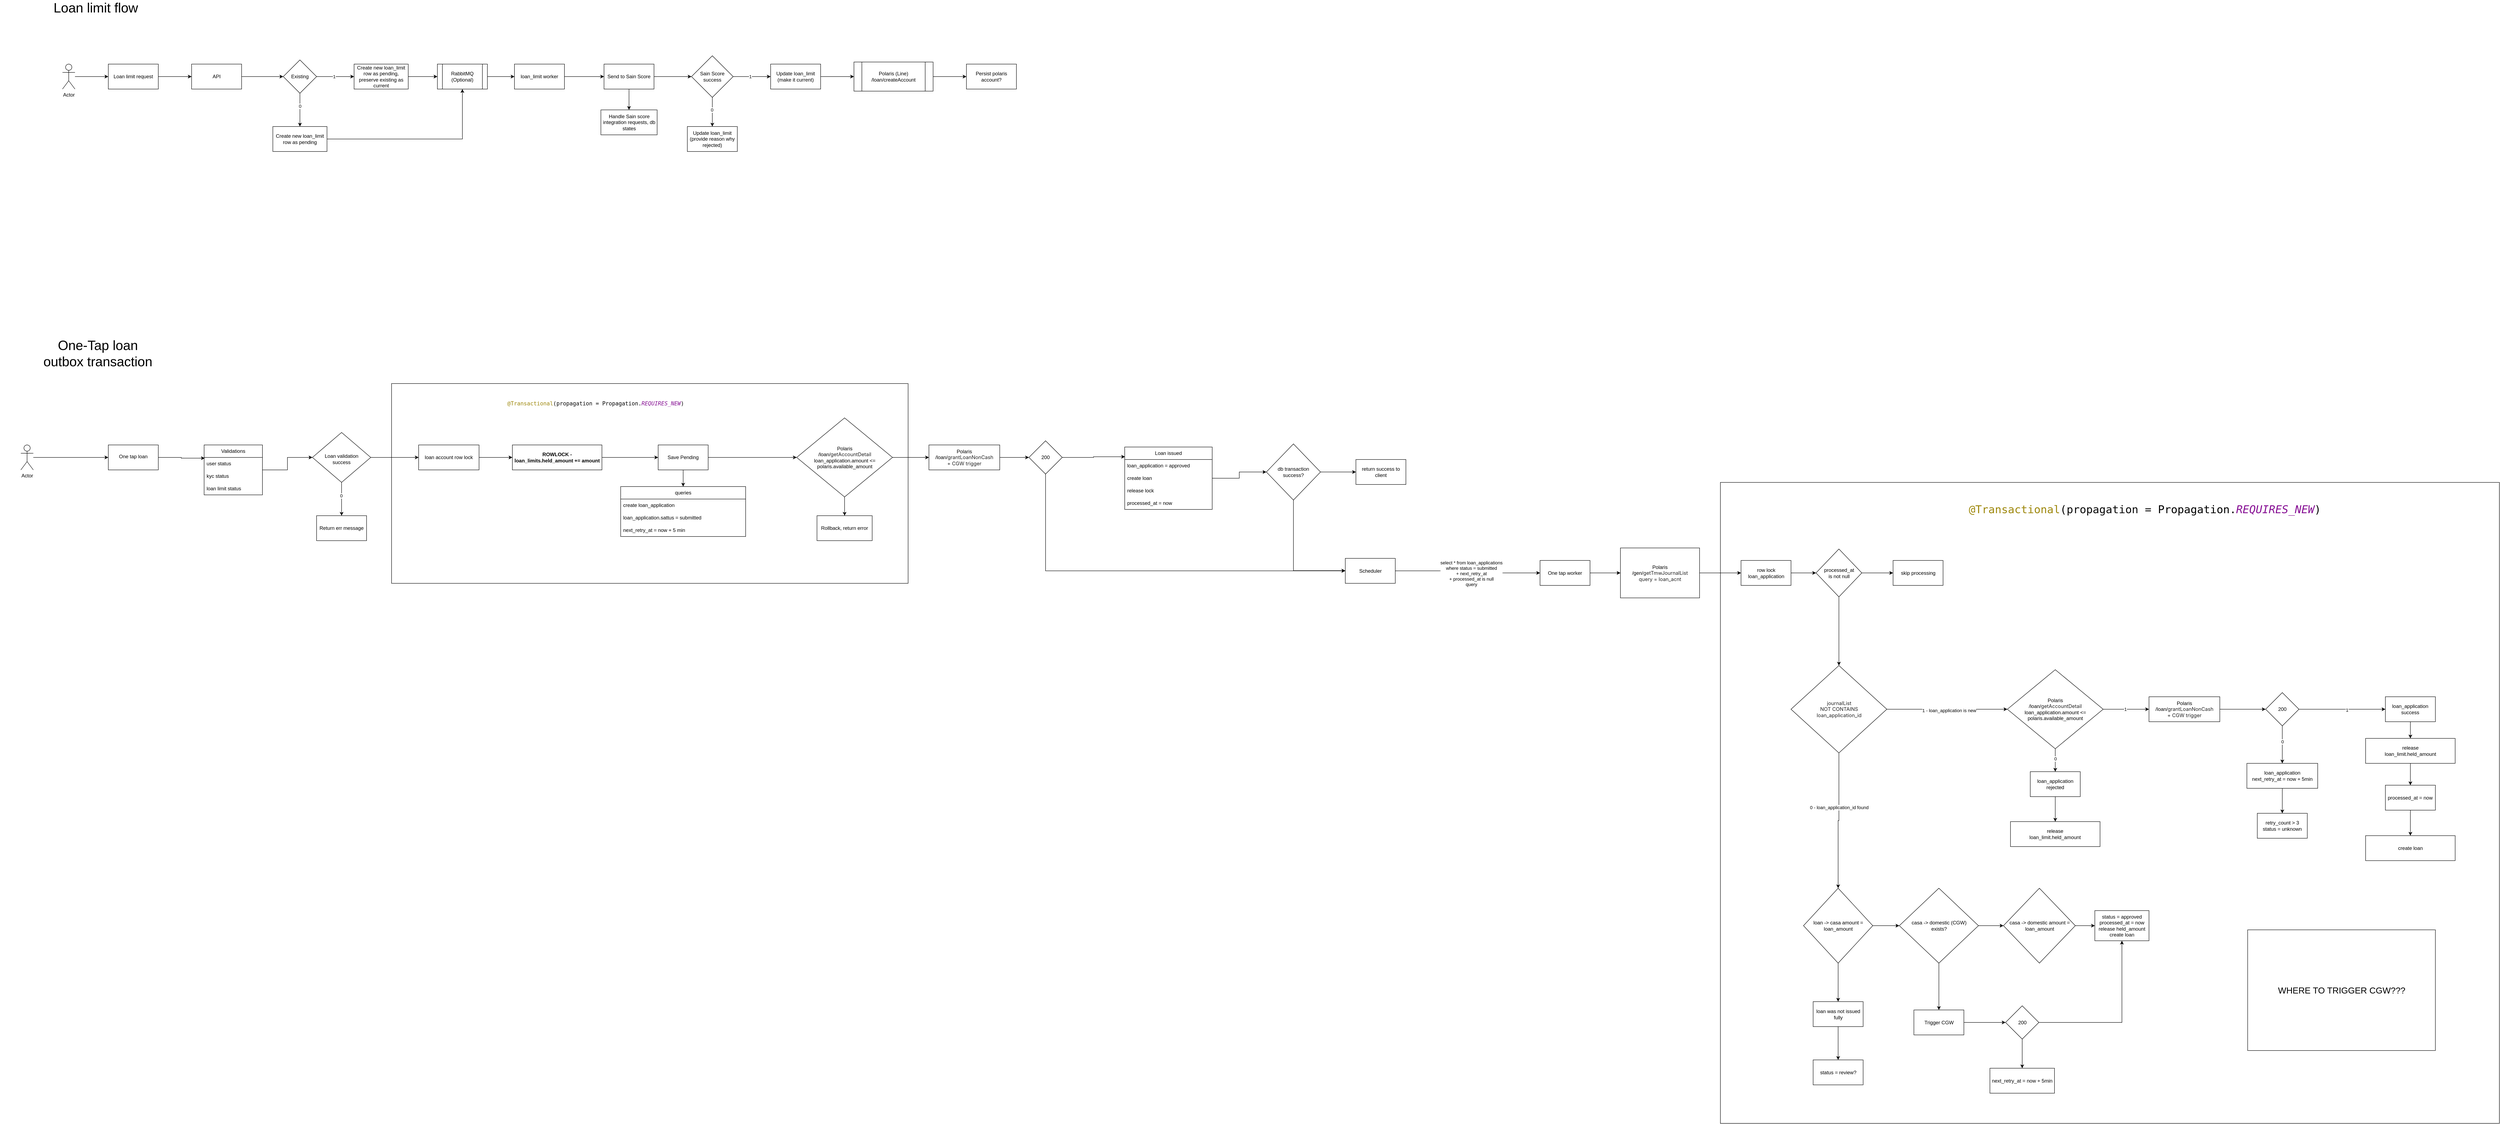
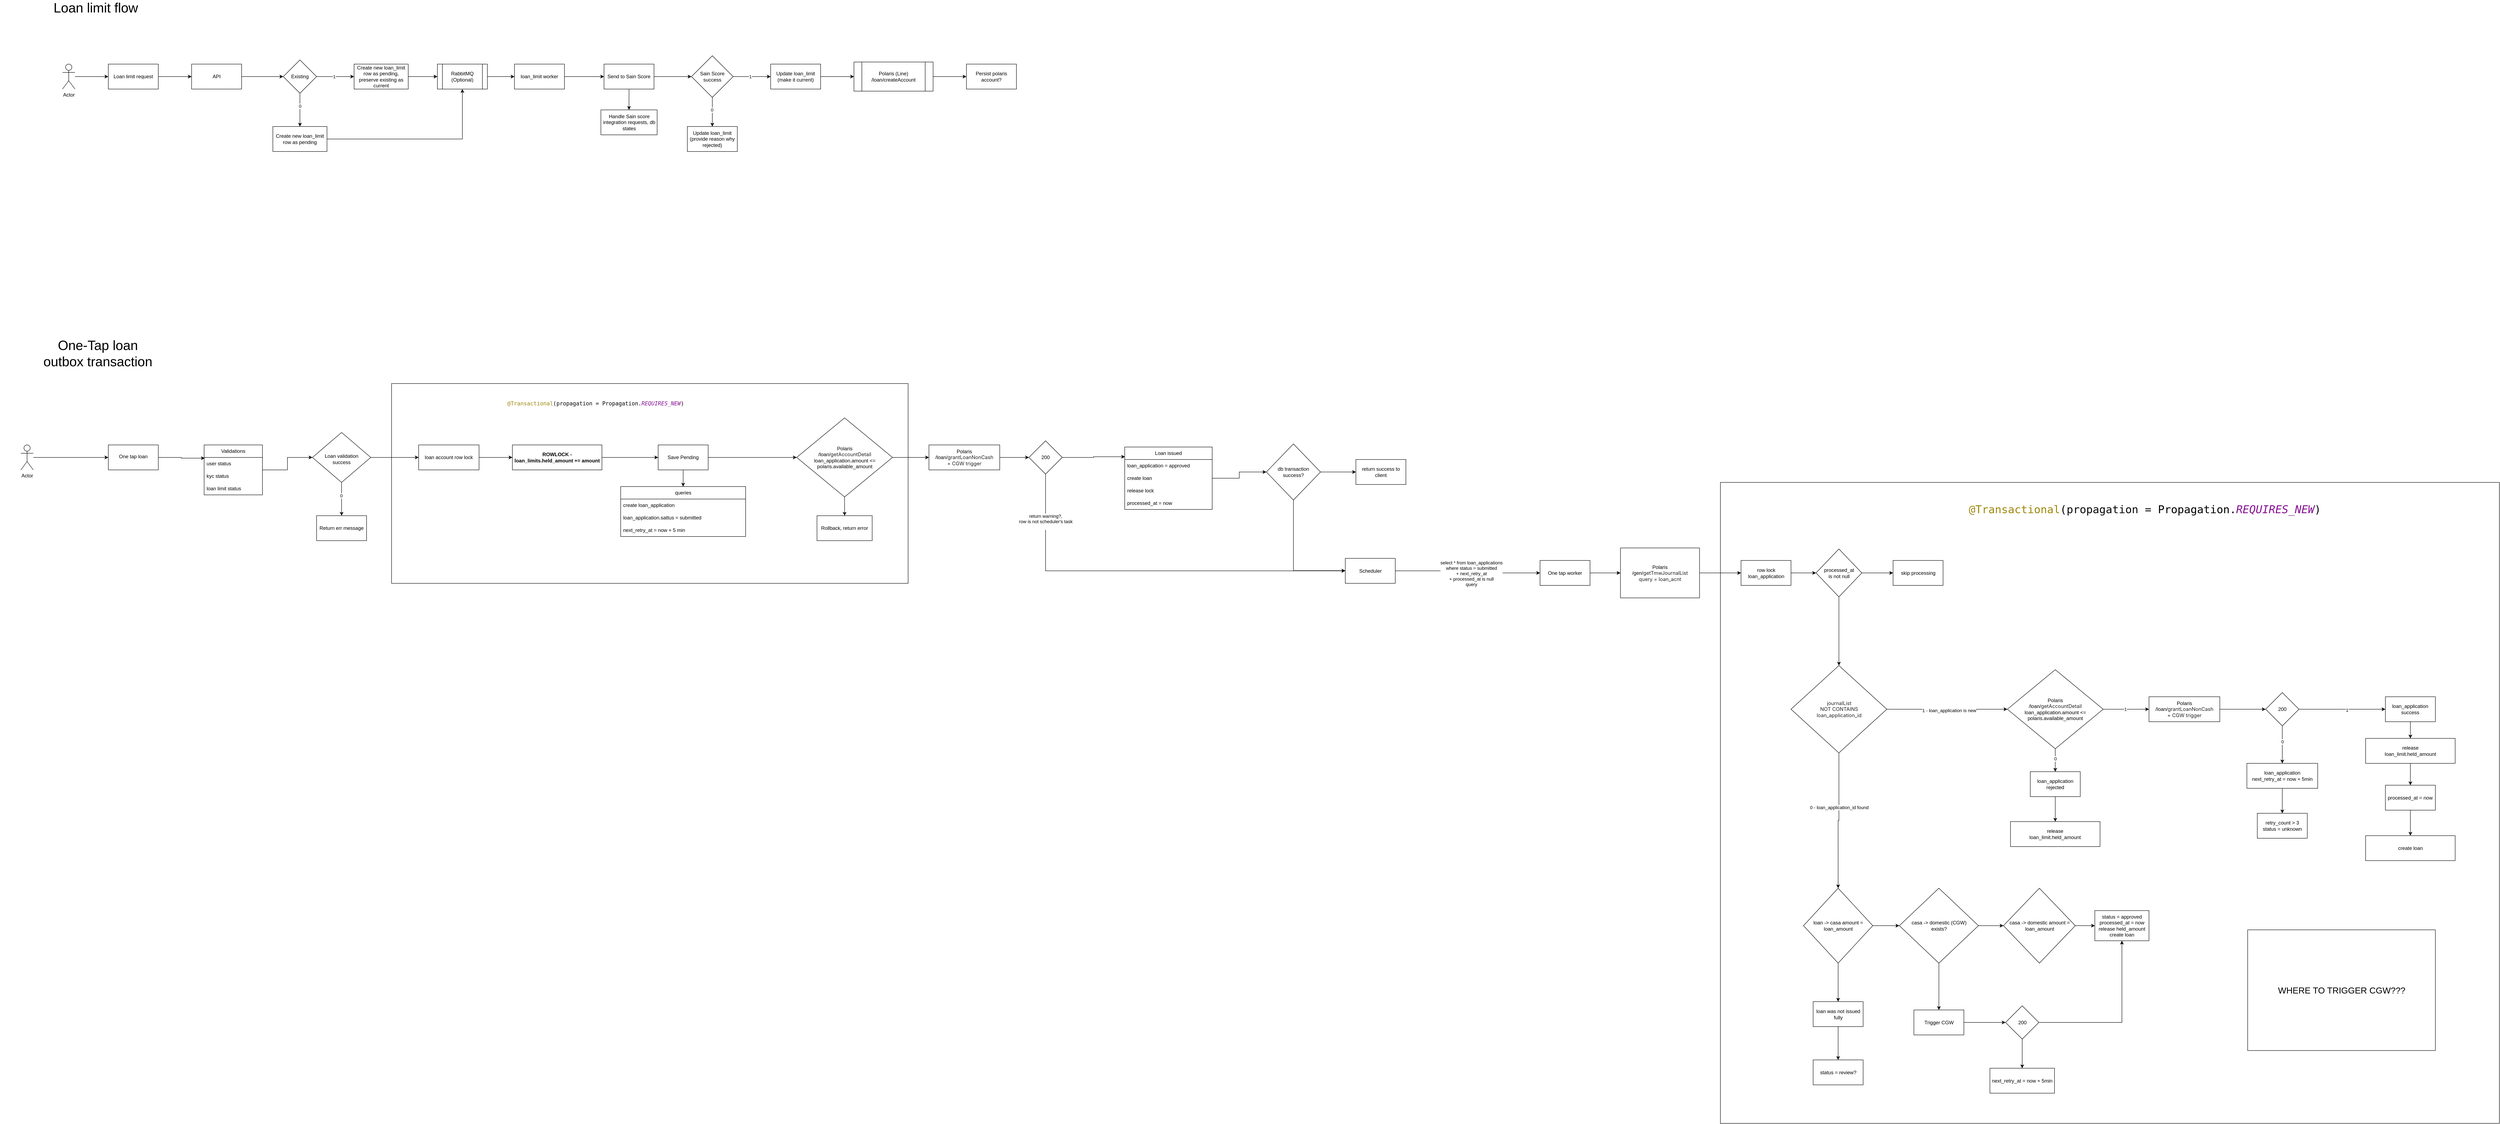
<mxfile host="app.diagrams.net">
  <diagram name="Page-1" id="VCBSuIh8bz7kurrQ0Zaz">
    <mxGraphModel dx="2425" dy="921" grid="1" gridSize="10" guides="1" tooltips="1" connect="1" arrows="1" fold="1" page="1" pageScale="1" pageWidth="850" pageHeight="1100" math="0" shadow="0">
      <root>
        <mxCell id="0" />
        <mxCell id="1" parent="0" />
        <mxCell id="In8fDh9ZLN2M87an2Miy-188" parent="1" style="rounded=0;whiteSpace=wrap;html=1;" value="" vertex="1">
          <mxGeometry height="1540" width="1870" x="4020" y="1215" as="geometry" />
        </mxCell>
        <mxCell id="In8fDh9ZLN2M87an2Miy-172" parent="1" style="rounded=0;whiteSpace=wrap;html=1;" value="" vertex="1">
          <mxGeometry height="480" width="1240" x="830" y="977.5" as="geometry" />
        </mxCell>
        <mxCell id="KqixbsF9o6dLofBvsG9t-5" edge="1" parent="1" source="KqixbsF9o6dLofBvsG9t-1" style="edgeStyle=orthogonalEdgeStyle;rounded=0;orthogonalLoop=1;jettySize=auto;html=1;" target="KqixbsF9o6dLofBvsG9t-4" value="">
          <mxGeometry relative="1" as="geometry" />
        </mxCell>
        <mxCell id="KqixbsF9o6dLofBvsG9t-1" parent="1" style="rounded=0;whiteSpace=wrap;html=1;" value="Loan limit request" vertex="1">
          <mxGeometry height="60" width="120" x="150" y="210" as="geometry" />
        </mxCell>
        <mxCell id="KqixbsF9o6dLofBvsG9t-3" edge="1" parent="1" source="KqixbsF9o6dLofBvsG9t-2" style="edgeStyle=orthogonalEdgeStyle;rounded=0;orthogonalLoop=1;jettySize=auto;html=1;" target="KqixbsF9o6dLofBvsG9t-1" value="">
          <mxGeometry relative="1" as="geometry" />
        </mxCell>
        <mxCell id="KqixbsF9o6dLofBvsG9t-2" parent="1" style="shape=umlActor;verticalLabelPosition=bottom;verticalAlign=top;html=1;outlineConnect=0;" value="Actor" vertex="1">
          <mxGeometry height="60" width="30" x="40" y="210" as="geometry" />
        </mxCell>
        <mxCell id="KqixbsF9o6dLofBvsG9t-9" edge="1" parent="1" source="KqixbsF9o6dLofBvsG9t-4" style="edgeStyle=orthogonalEdgeStyle;rounded=0;orthogonalLoop=1;jettySize=auto;html=1;" target="KqixbsF9o6dLofBvsG9t-8" value="">
          <mxGeometry relative="1" as="geometry" />
        </mxCell>
        <mxCell id="KqixbsF9o6dLofBvsG9t-4" parent="1" style="rounded=0;whiteSpace=wrap;html=1;" value="API" vertex="1">
          <mxGeometry height="60" width="120" x="350" y="210" as="geometry" />
        </mxCell>
        <mxCell id="KqixbsF9o6dLofBvsG9t-11" edge="1" parent="1" source="KqixbsF9o6dLofBvsG9t-8" style="edgeStyle=orthogonalEdgeStyle;rounded=0;orthogonalLoop=1;jettySize=auto;html=1;" target="KqixbsF9o6dLofBvsG9t-10" value="">
          <mxGeometry relative="1" as="geometry" />
        </mxCell>
        <mxCell id="KqixbsF9o6dLofBvsG9t-12" connectable="0" parent="KqixbsF9o6dLofBvsG9t-11" style="edgeLabel;html=1;align=center;verticalAlign=middle;resizable=0;points=[];" value="1" vertex="1">
          <mxGeometry relative="1" x="-0.079" as="geometry">
            <mxPoint as="offset" />
          </mxGeometry>
        </mxCell>
        <mxCell id="KqixbsF9o6dLofBvsG9t-14" edge="1" parent="1" source="KqixbsF9o6dLofBvsG9t-8" style="edgeStyle=orthogonalEdgeStyle;rounded=0;orthogonalLoop=1;jettySize=auto;html=1;" target="KqixbsF9o6dLofBvsG9t-13" value="">
          <mxGeometry relative="1" as="geometry" />
        </mxCell>
        <mxCell id="KqixbsF9o6dLofBvsG9t-15" connectable="0" parent="KqixbsF9o6dLofBvsG9t-14" style="edgeLabel;html=1;align=center;verticalAlign=middle;resizable=0;points=[];" value="0" vertex="1">
          <mxGeometry relative="1" x="-0.2407" as="geometry">
            <mxPoint as="offset" />
          </mxGeometry>
        </mxCell>
        <mxCell id="KqixbsF9o6dLofBvsG9t-8" parent="1" style="rhombus;whiteSpace=wrap;html=1;rounded=0;" value="Existing" vertex="1">
          <mxGeometry height="80" width="80" x="570" y="200" as="geometry" />
        </mxCell>
        <mxCell id="KqixbsF9o6dLofBvsG9t-23" edge="1" parent="1" source="KqixbsF9o6dLofBvsG9t-10" style="edgeStyle=orthogonalEdgeStyle;rounded=0;orthogonalLoop=1;jettySize=auto;html=1;" target="KqixbsF9o6dLofBvsG9t-22" value="">
          <mxGeometry relative="1" as="geometry" />
        </mxCell>
        <mxCell id="KqixbsF9o6dLofBvsG9t-10" parent="1" style="whiteSpace=wrap;html=1;rounded=0;" value="Create new loan_limit row as pending, preserve existing as current" vertex="1">
          <mxGeometry height="60" width="130" x="740" y="210" as="geometry" />
        </mxCell>
        <mxCell id="KqixbsF9o6dLofBvsG9t-26" edge="1" parent="1" source="KqixbsF9o6dLofBvsG9t-13" style="edgeStyle=orthogonalEdgeStyle;rounded=0;orthogonalLoop=1;jettySize=auto;html=1;entryX=0.5;entryY=1;entryDx=0;entryDy=0;" target="KqixbsF9o6dLofBvsG9t-22">
          <mxGeometry relative="1" as="geometry" />
        </mxCell>
        <mxCell id="KqixbsF9o6dLofBvsG9t-13" parent="1" style="whiteSpace=wrap;html=1;rounded=0;" value="Create new loan_limit row as pending" vertex="1">
          <mxGeometry height="60" width="130" x="545" y="360" as="geometry" />
        </mxCell>
        <mxCell id="KqixbsF9o6dLofBvsG9t-25" edge="1" parent="1" source="KqixbsF9o6dLofBvsG9t-22" style="edgeStyle=orthogonalEdgeStyle;rounded=0;orthogonalLoop=1;jettySize=auto;html=1;" target="KqixbsF9o6dLofBvsG9t-24" value="">
          <mxGeometry relative="1" as="geometry" />
        </mxCell>
        <mxCell id="KqixbsF9o6dLofBvsG9t-22" parent="1" style="shape=process;whiteSpace=wrap;html=1;backgroundOutline=1;rounded=0;" value="RabbitMQ (Optional)" vertex="1">
          <mxGeometry height="60" width="120" x="940" y="210" as="geometry" />
        </mxCell>
        <mxCell id="KqixbsF9o6dLofBvsG9t-28" edge="1" parent="1" source="KqixbsF9o6dLofBvsG9t-24" style="edgeStyle=orthogonalEdgeStyle;rounded=0;orthogonalLoop=1;jettySize=auto;html=1;" target="KqixbsF9o6dLofBvsG9t-27" value="">
          <mxGeometry relative="1" as="geometry" />
        </mxCell>
        <mxCell id="KqixbsF9o6dLofBvsG9t-24" parent="1" style="whiteSpace=wrap;html=1;rounded=0;" value="loan_limit worker" vertex="1">
          <mxGeometry height="60" width="120" x="1125" y="210" as="geometry" />
        </mxCell>
        <mxCell id="KqixbsF9o6dLofBvsG9t-30" edge="1" parent="1" source="KqixbsF9o6dLofBvsG9t-27" style="edgeStyle=orthogonalEdgeStyle;rounded=0;orthogonalLoop=1;jettySize=auto;html=1;" target="KqixbsF9o6dLofBvsG9t-29" value="">
          <mxGeometry relative="1" as="geometry" />
        </mxCell>
        <mxCell id="KqixbsF9o6dLofBvsG9t-38" edge="1" parent="1" source="KqixbsF9o6dLofBvsG9t-27" style="edgeStyle=orthogonalEdgeStyle;rounded=0;orthogonalLoop=1;jettySize=auto;html=1;" target="KqixbsF9o6dLofBvsG9t-37" value="">
          <mxGeometry relative="1" as="geometry" />
        </mxCell>
        <mxCell id="KqixbsF9o6dLofBvsG9t-27" parent="1" style="whiteSpace=wrap;html=1;rounded=0;" value="Send to Sain Score" vertex="1">
          <mxGeometry height="60" width="120" x="1340" y="210" as="geometry" />
        </mxCell>
        <mxCell id="KqixbsF9o6dLofBvsG9t-32" edge="1" parent="1" source="KqixbsF9o6dLofBvsG9t-29" style="edgeStyle=orthogonalEdgeStyle;rounded=0;orthogonalLoop=1;jettySize=auto;html=1;" target="KqixbsF9o6dLofBvsG9t-31" value="">
          <mxGeometry relative="1" as="geometry" />
        </mxCell>
        <mxCell id="KqixbsF9o6dLofBvsG9t-33" connectable="0" parent="KqixbsF9o6dLofBvsG9t-32" style="edgeLabel;html=1;align=center;verticalAlign=middle;resizable=0;points=[];" value="1" vertex="1">
          <mxGeometry relative="1" x="-0.1048" as="geometry">
            <mxPoint as="offset" />
          </mxGeometry>
        </mxCell>
        <mxCell id="KqixbsF9o6dLofBvsG9t-35" edge="1" parent="1" source="KqixbsF9o6dLofBvsG9t-29" style="edgeStyle=orthogonalEdgeStyle;rounded=0;orthogonalLoop=1;jettySize=auto;html=1;" target="KqixbsF9o6dLofBvsG9t-34" value="">
          <mxGeometry relative="1" as="geometry" />
        </mxCell>
        <mxCell id="KqixbsF9o6dLofBvsG9t-36" connectable="0" parent="KqixbsF9o6dLofBvsG9t-35" style="edgeLabel;html=1;align=center;verticalAlign=middle;resizable=0;points=[];" value="0" vertex="1">
          <mxGeometry relative="1" x="-0.1429" y="-1" as="geometry">
            <mxPoint as="offset" />
          </mxGeometry>
        </mxCell>
        <mxCell id="KqixbsF9o6dLofBvsG9t-29" parent="1" style="rhombus;whiteSpace=wrap;html=1;rounded=0;" value="Sain Score success" vertex="1">
          <mxGeometry height="100" width="100" x="1550" y="190" as="geometry" />
        </mxCell>
        <mxCell id="KqixbsF9o6dLofBvsG9t-66" edge="1" parent="1" source="KqixbsF9o6dLofBvsG9t-31" style="edgeStyle=orthogonalEdgeStyle;rounded=0;orthogonalLoop=1;jettySize=auto;html=1;" target="KqixbsF9o6dLofBvsG9t-65" value="">
          <mxGeometry relative="1" as="geometry" />
        </mxCell>
        <mxCell id="KqixbsF9o6dLofBvsG9t-31" parent="1" style="whiteSpace=wrap;html=1;rounded=0;" value="Update loan_limit (make it current)" vertex="1">
          <mxGeometry height="60" width="120" x="1740" y="210" as="geometry" />
        </mxCell>
        <mxCell id="KqixbsF9o6dLofBvsG9t-34" parent="1" style="whiteSpace=wrap;html=1;rounded=0;" value="Update loan_limit&lt;br&gt;(provide reason why rejected)" vertex="1">
          <mxGeometry height="60" width="120" x="1540" y="360" as="geometry" />
        </mxCell>
        <mxCell id="KqixbsF9o6dLofBvsG9t-37" parent="1" style="whiteSpace=wrap;html=1;rounded=0;" value="Handle Sain score integration requests, db states" vertex="1">
          <mxGeometry height="60" width="135" x="1332.5" y="320" as="geometry" />
        </mxCell>
        <mxCell id="KqixbsF9o6dLofBvsG9t-40" parent="1" style="text;html=1;whiteSpace=wrap;strokeColor=none;fillColor=none;align=center;verticalAlign=middle;rounded=0;fontSize=32;" value="Loan limit flow" vertex="1">
          <mxGeometry height="30" width="260" x="-10" y="60" as="geometry" />
        </mxCell>
        <mxCell id="KqixbsF9o6dLofBvsG9t-74" edge="1" parent="1" source="KqixbsF9o6dLofBvsG9t-65" style="edgeStyle=orthogonalEdgeStyle;rounded=0;orthogonalLoop=1;jettySize=auto;html=1;" target="KqixbsF9o6dLofBvsG9t-73" value="">
          <mxGeometry relative="1" as="geometry" />
        </mxCell>
        <mxCell id="KqixbsF9o6dLofBvsG9t-65" parent="1" style="shape=process;whiteSpace=wrap;html=1;backgroundOutline=1;rounded=0;" value="Polaris (Line)&lt;br&gt;/loan/createAccount" vertex="1">
          <mxGeometry height="70" width="190" x="1940" y="205" as="geometry" />
        </mxCell>
        <mxCell id="KqixbsF9o6dLofBvsG9t-73" parent="1" style="whiteSpace=wrap;html=1;rounded=0;" value="Persist polaris account?" vertex="1">
          <mxGeometry height="60" width="120" x="2210" y="210" as="geometry" />
        </mxCell>
        <mxCell id="U8Ajh8Gpa-m2DNKNFQys-1" parent="1" style="text;html=1;whiteSpace=wrap;strokeColor=none;fillColor=none;align=center;verticalAlign=middle;rounded=0;fontSize=32;" value="One-Tap loan&lt;br&gt;outbox transaction" vertex="1">
          <mxGeometry height="30" width="470" x="-110" y="890" as="geometry" />
        </mxCell>
        <mxCell id="In8fDh9ZLN2M87an2Miy-1" edge="1" parent="1" source="In8fDh9ZLN2M87an2Miy-2" style="edgeStyle=orthogonalEdgeStyle;rounded=0;orthogonalLoop=1;jettySize=auto;html=1;" target="In8fDh9ZLN2M87an2Miy-4" value="">
          <mxGeometry relative="1" as="geometry" />
        </mxCell>
        <mxCell id="In8fDh9ZLN2M87an2Miy-2" parent="1" style="shape=umlActor;verticalLabelPosition=bottom;verticalAlign=top;html=1;outlineConnect=0;" value="Actor" vertex="1">
          <mxGeometry height="60" width="30" x="-60" y="1125" as="geometry" />
        </mxCell>
        <mxCell id="In8fDh9ZLN2M87an2Miy-3" edge="1" parent="1" source="In8fDh9ZLN2M87an2Miy-4" style="edgeStyle=orthogonalEdgeStyle;rounded=0;orthogonalLoop=1;jettySize=auto;html=1;entryX=0.011;entryY=0.06;entryDx=0;entryDy=0;entryPerimeter=0;" target="In8fDh9ZLN2M87an2Miy-28" value="">
          <mxGeometry relative="1" as="geometry">
            <mxPoint x="360" y="1155" as="targetPoint" />
          </mxGeometry>
        </mxCell>
        <mxCell id="In8fDh9ZLN2M87an2Miy-4" parent="1" style="whiteSpace=wrap;html=1;verticalAlign=top;" value="&lt;div&gt;&lt;br&gt;&lt;/div&gt;&lt;div&gt;One tap loan&lt;/div&gt;" vertex="1">
          <mxGeometry height="60" width="120" x="150" y="1125" as="geometry" />
        </mxCell>
        <mxCell id="In8fDh9ZLN2M87an2Miy-7" edge="1" parent="1" source="In8fDh9ZLN2M87an2Miy-9" style="edgeStyle=orthogonalEdgeStyle;rounded=0;orthogonalLoop=1;jettySize=auto;html=1;" target="In8fDh9ZLN2M87an2Miy-13" value="">
          <mxGeometry relative="1" as="geometry" />
        </mxCell>
        <mxCell id="In8fDh9ZLN2M87an2Miy-8" connectable="0" parent="In8fDh9ZLN2M87an2Miy-7" style="edgeLabel;html=1;align=center;verticalAlign=middle;resizable=0;points=[];" value="0" vertex="1">
          <mxGeometry relative="1" x="-0.2091" y="-1" as="geometry">
            <mxPoint as="offset" />
          </mxGeometry>
        </mxCell>
        <mxCell id="In8fDh9ZLN2M87an2Miy-163" edge="1" parent="1" source="In8fDh9ZLN2M87an2Miy-9" style="edgeStyle=orthogonalEdgeStyle;rounded=0;orthogonalLoop=1;jettySize=auto;html=1;entryX=0;entryY=0.5;entryDx=0;entryDy=0;" target="In8fDh9ZLN2M87an2Miy-161">
          <mxGeometry relative="1" as="geometry" />
        </mxCell>
        <mxCell id="In8fDh9ZLN2M87an2Miy-9" parent="1" style="rhombus;whiteSpace=wrap;html=1;verticalAlign=top;" value="&lt;br&gt;&lt;br&gt;&lt;div&gt;&lt;br&gt;&lt;/div&gt;&lt;div&gt;Loan validation&lt;br&gt;success&lt;/div&gt;" vertex="1">
          <mxGeometry height="120" width="140" x="640" y="1095" as="geometry" />
        </mxCell>
        <mxCell id="In8fDh9ZLN2M87an2Miy-10" edge="1" parent="1" source="In8fDh9ZLN2M87an2Miy-12" style="edgeStyle=orthogonalEdgeStyle;rounded=0;orthogonalLoop=1;jettySize=auto;html=1;entryX=0.5;entryY=0;entryDx=0;entryDy=0;" target="In8fDh9ZLN2M87an2Miy-14">
          <mxGeometry relative="1" as="geometry" />
        </mxCell>
        <mxCell id="In8fDh9ZLN2M87an2Miy-54" edge="1" parent="1" source="In8fDh9ZLN2M87an2Miy-105" style="edgeStyle=orthogonalEdgeStyle;rounded=0;orthogonalLoop=1;jettySize=auto;html=1;exitX=1;exitY=0.5;exitDx=0;exitDy=0;" target="In8fDh9ZLN2M87an2Miy-53" value="">
          <mxGeometry relative="1" as="geometry">
            <mxPoint x="3329.5" y="1432.5" as="sourcePoint" />
          </mxGeometry>
        </mxCell>
        <mxCell id="In8fDh9ZLN2M87an2Miy-55" connectable="0" parent="In8fDh9ZLN2M87an2Miy-54" style="edgeLabel;html=1;align=center;verticalAlign=middle;resizable=0;points=[];" value="select * from loan_applications&lt;br&gt;where status = submitted&lt;br&gt;+ next_retry_at&lt;br&gt;+ processed_at is null&lt;br&gt;query" vertex="1">
          <mxGeometry relative="1" x="0.0637" y="-1" as="geometry">
            <mxPoint as="offset" />
          </mxGeometry>
        </mxCell>
        <mxCell id="In8fDh9ZLN2M87an2Miy-173" edge="1" parent="1" source="In8fDh9ZLN2M87an2Miy-12" style="edgeStyle=orthogonalEdgeStyle;rounded=0;orthogonalLoop=1;jettySize=auto;html=1;entryX=0;entryY=0.5;entryDx=0;entryDy=0;" target="In8fDh9ZLN2M87an2Miy-152">
          <mxGeometry relative="1" as="geometry" />
        </mxCell>
        <mxCell id="In8fDh9ZLN2M87an2Miy-12" parent="1" style="whiteSpace=wrap;html=1;verticalAlign=middle;" value="Save Pending" vertex="1">
          <mxGeometry height="60" width="120" x="1470" y="1125" as="geometry" />
        </mxCell>
        <mxCell id="In8fDh9ZLN2M87an2Miy-13" parent="1" style="whiteSpace=wrap;html=1;verticalAlign=middle;" value="Return err message" vertex="1">
          <mxGeometry height="60" width="120" x="650" y="1295" as="geometry" />
        </mxCell>
        <mxCell id="In8fDh9ZLN2M87an2Miy-14" parent="1" style="swimlane;fontStyle=0;childLayout=stackLayout;horizontal=1;startSize=30;horizontalStack=0;resizeParent=1;resizeParentMax=0;resizeLast=0;collapsible=1;marginBottom=0;whiteSpace=wrap;html=1;" value="queries" vertex="1">
          <mxGeometry height="120" width="300" x="1380" y="1225" as="geometry" />
        </mxCell>
        <mxCell id="In8fDh9ZLN2M87an2Miy-15" parent="In8fDh9ZLN2M87an2Miy-14" style="text;strokeColor=none;fillColor=none;align=left;verticalAlign=middle;spacingLeft=4;spacingRight=4;overflow=hidden;points=[[0,0.5],[1,0.5]];portConstraint=eastwest;rotatable=0;whiteSpace=wrap;html=1;" value="create loan_application" vertex="1">
          <mxGeometry height="30" width="300" y="30" as="geometry" />
        </mxCell>
        <mxCell id="In8fDh9ZLN2M87an2Miy-104" parent="In8fDh9ZLN2M87an2Miy-14" style="text;strokeColor=none;fillColor=none;align=left;verticalAlign=middle;spacingLeft=4;spacingRight=4;overflow=hidden;points=[[0,0.5],[1,0.5]];portConstraint=eastwest;rotatable=0;whiteSpace=wrap;html=1;" value="loan_application.sattus = submitted" vertex="1">
          <mxGeometry height="30" width="300" y="60" as="geometry" />
        </mxCell>
        <mxCell id="In8fDh9ZLN2M87an2Miy-17" parent="In8fDh9ZLN2M87an2Miy-14" style="text;strokeColor=none;fillColor=none;align=left;verticalAlign=middle;spacingLeft=4;spacingRight=4;overflow=hidden;points=[[0,0.5],[1,0.5]];portConstraint=eastwest;rotatable=0;whiteSpace=wrap;html=1;" value="next_retry_at = now + 5 min" vertex="1">
          <mxGeometry height="30" width="300" y="90" as="geometry" />
        </mxCell>
        <mxCell id="In8fDh9ZLN2M87an2Miy-32" edge="1" parent="1" source="In8fDh9ZLN2M87an2Miy-27" style="edgeStyle=orthogonalEdgeStyle;rounded=0;orthogonalLoop=1;jettySize=auto;html=1;entryX=0;entryY=0.5;entryDx=0;entryDy=0;" target="In8fDh9ZLN2M87an2Miy-9">
          <mxGeometry relative="1" as="geometry" />
        </mxCell>
        <mxCell id="In8fDh9ZLN2M87an2Miy-27" parent="1" style="swimlane;fontStyle=0;childLayout=stackLayout;horizontal=1;startSize=30;horizontalStack=0;resizeParent=1;resizeParentMax=0;resizeLast=0;collapsible=1;marginBottom=0;whiteSpace=wrap;html=1;" value="Validations" vertex="1">
          <mxGeometry height="120" width="140" x="380" y="1125" as="geometry" />
        </mxCell>
        <mxCell id="In8fDh9ZLN2M87an2Miy-28" parent="In8fDh9ZLN2M87an2Miy-27" style="text;strokeColor=none;fillColor=none;align=left;verticalAlign=middle;spacingLeft=4;spacingRight=4;overflow=hidden;points=[[0,0.5],[1,0.5]];portConstraint=eastwest;rotatable=0;whiteSpace=wrap;html=1;" value="user status" vertex="1">
          <mxGeometry height="30" width="140" y="30" as="geometry" />
        </mxCell>
        <mxCell id="In8fDh9ZLN2M87an2Miy-29" parent="In8fDh9ZLN2M87an2Miy-27" style="text;strokeColor=none;fillColor=none;align=left;verticalAlign=middle;spacingLeft=4;spacingRight=4;overflow=hidden;points=[[0,0.5],[1,0.5]];portConstraint=eastwest;rotatable=0;whiteSpace=wrap;html=1;" value="kyc status" vertex="1">
          <mxGeometry height="30" width="140" y="60" as="geometry" />
        </mxCell>
        <mxCell id="In8fDh9ZLN2M87an2Miy-33" parent="In8fDh9ZLN2M87an2Miy-27" style="text;strokeColor=none;fillColor=none;align=left;verticalAlign=middle;spacingLeft=4;spacingRight=4;overflow=hidden;points=[[0,0.5],[1,0.5]];portConstraint=eastwest;rotatable=0;whiteSpace=wrap;html=1;" value="loan limit status" vertex="1">
          <mxGeometry height="30" width="140" y="90" as="geometry" />
        </mxCell>
        <mxCell id="In8fDh9ZLN2M87an2Miy-116" edge="1" parent="1" source="In8fDh9ZLN2M87an2Miy-53" style="edgeStyle=orthogonalEdgeStyle;rounded=0;orthogonalLoop=1;jettySize=auto;html=1;entryX=0;entryY=0.5;entryDx=0;entryDy=0;" target="In8fDh9ZLN2M87an2Miy-68">
          <mxGeometry relative="1" as="geometry" />
        </mxCell>
        <mxCell id="In8fDh9ZLN2M87an2Miy-53" parent="1" style="whiteSpace=wrap;html=1;" value="One tap worker" vertex="1">
          <mxGeometry height="60" width="120" x="3587" y="1402.5" as="geometry" />
        </mxCell>
        <mxCell id="In8fDh9ZLN2M87an2Miy-67" edge="1" parent="1" source="In8fDh9ZLN2M87an2Miy-58" style="edgeStyle=orthogonalEdgeStyle;rounded=0;orthogonalLoop=1;jettySize=auto;html=1;entryX=0;entryY=0.5;entryDx=0;entryDy=0;" target="In8fDh9ZLN2M87an2Miy-66" value="">
          <mxGeometry relative="1" as="geometry">
            <mxPoint x="5343.87" y="1760" as="targetPoint" />
          </mxGeometry>
        </mxCell>
        <mxCell id="In8fDh9ZLN2M87an2Miy-58" parent="1" style="whiteSpace=wrap;html=1;" value="Polaris /loan/&lt;span style=&quot;color: rgb(33, 33, 33); font-family: Inter, system-ui, -apple-system, &amp;quot;system-ui&amp;quot;, &amp;quot;Segoe UI&amp;quot;, Roboto, Oxygen, Ubuntu, Cantarell, &amp;quot;Fira Sans&amp;quot;, &amp;quot;Droid Sans&amp;quot;, Helvetica, Arial, sans-serif; text-align: left; white-space: pre-wrap; background-color: rgb(255, 255, 255);&quot;&gt;grantLoanNonCash&lt;br/&gt;+ CGW trigger&lt;/span&gt;" vertex="1">
          <mxGeometry height="60" width="170" x="5048.87" y="1730" as="geometry" />
        </mxCell>
        <mxCell id="In8fDh9ZLN2M87an2Miy-62" edge="1" parent="1" source="In8fDh9ZLN2M87an2Miy-59" style="edgeStyle=orthogonalEdgeStyle;rounded=0;orthogonalLoop=1;jettySize=auto;html=1;" target="In8fDh9ZLN2M87an2Miy-61" value="">
          <mxGeometry relative="1" as="geometry" />
        </mxCell>
        <mxCell id="In8fDh9ZLN2M87an2Miy-91" connectable="0" parent="In8fDh9ZLN2M87an2Miy-62" style="edgeLabel;html=1;align=center;verticalAlign=middle;resizable=0;points=[];" value="0" vertex="1">
          <mxGeometry relative="1" x="-0.1431" as="geometry">
            <mxPoint as="offset" />
          </mxGeometry>
        </mxCell>
        <mxCell id="In8fDh9ZLN2M87an2Miy-65" edge="1" parent="1" source="In8fDh9ZLN2M87an2Miy-59" style="edgeStyle=orthogonalEdgeStyle;rounded=0;orthogonalLoop=1;jettySize=auto;html=1;" target="In8fDh9ZLN2M87an2Miy-58">
          <mxGeometry relative="1" as="geometry" />
        </mxCell>
        <mxCell id="In8fDh9ZLN2M87an2Miy-90" connectable="0" parent="In8fDh9ZLN2M87an2Miy-65" style="edgeLabel;html=1;align=center;verticalAlign=middle;resizable=0;points=[];" value="1" vertex="1">
          <mxGeometry relative="1" x="-0.0451" as="geometry">
            <mxPoint as="offset" />
          </mxGeometry>
        </mxCell>
        <mxCell id="In8fDh9ZLN2M87an2Miy-59" parent="1" style="rhombus;whiteSpace=wrap;html=1;" value="Polaris&lt;br&gt;/loan/&lt;span style=&quot;color: rgb(33, 33, 33); font-family: Inter, system-ui, -apple-system, &amp;quot;system-ui&amp;quot;, &amp;quot;Segoe UI&amp;quot;, Roboto, Oxygen, Ubuntu, Cantarell, &amp;quot;Fira Sans&amp;quot;, &amp;quot;Droid Sans&amp;quot;, Helvetica, Arial, sans-serif; text-align: left; white-space: pre-wrap; background-color: rgb(255, 255, 255);&quot;&gt;getAccountDetail&lt;/span&gt;&lt;br&gt;loan_application.amount &amp;lt;= polaris.available_amount" vertex="1">
          <mxGeometry height="190" width="230" x="4708.87" y="1665" as="geometry" />
        </mxCell>
        <mxCell id="In8fDh9ZLN2M87an2Miy-64" edge="1" parent="1" source="In8fDh9ZLN2M87an2Miy-61" style="edgeStyle=orthogonalEdgeStyle;rounded=0;orthogonalLoop=1;jettySize=auto;html=1;" target="In8fDh9ZLN2M87an2Miy-63" value="">
          <mxGeometry relative="1" as="geometry" />
        </mxCell>
        <mxCell id="In8fDh9ZLN2M87an2Miy-61" parent="1" style="whiteSpace=wrap;html=1;" value="loan_application&lt;br&gt;rejected" vertex="1">
          <mxGeometry height="60" width="120" x="4763.87" y="1910" as="geometry" />
        </mxCell>
        <mxCell id="In8fDh9ZLN2M87an2Miy-63" parent="1" style="whiteSpace=wrap;html=1;" value="release &lt;br&gt;loan_limit.held_amount" vertex="1">
          <mxGeometry height="60" width="215" x="4716.37" y="2030" as="geometry" />
        </mxCell>
        <mxCell id="In8fDh9ZLN2M87an2Miy-81" edge="1" parent="1" source="In8fDh9ZLN2M87an2Miy-66" style="edgeStyle=orthogonalEdgeStyle;rounded=0;orthogonalLoop=1;jettySize=auto;html=1;entryX=0;entryY=0.5;entryDx=0;entryDy=0;" target="In8fDh9ZLN2M87an2Miy-79">
          <mxGeometry relative="1" as="geometry" />
        </mxCell>
        <mxCell id="In8fDh9ZLN2M87an2Miy-92" connectable="0" parent="In8fDh9ZLN2M87an2Miy-81" style="edgeLabel;html=1;align=center;verticalAlign=middle;resizable=0;points=[];" value="1" vertex="1">
          <mxGeometry relative="1" x="0.1055" y="-2" as="geometry">
            <mxPoint as="offset" />
          </mxGeometry>
        </mxCell>
        <mxCell id="In8fDh9ZLN2M87an2Miy-83" edge="1" parent="1" source="In8fDh9ZLN2M87an2Miy-66" style="edgeStyle=orthogonalEdgeStyle;rounded=0;orthogonalLoop=1;jettySize=auto;html=1;" target="In8fDh9ZLN2M87an2Miy-82" value="">
          <mxGeometry relative="1" as="geometry" />
        </mxCell>
        <mxCell id="In8fDh9ZLN2M87an2Miy-93" connectable="0" parent="In8fDh9ZLN2M87an2Miy-83" style="edgeLabel;html=1;align=center;verticalAlign=middle;resizable=0;points=[];" value="0" vertex="1">
          <mxGeometry relative="1" x="-0.1623" as="geometry">
            <mxPoint as="offset" />
          </mxGeometry>
        </mxCell>
        <mxCell id="In8fDh9ZLN2M87an2Miy-66" parent="1" style="rhombus;whiteSpace=wrap;html=1;" value="200" vertex="1">
          <mxGeometry height="80" width="80" x="5328.87" y="1720" as="geometry" />
        </mxCell>
        <mxCell id="In8fDh9ZLN2M87an2Miy-119" edge="1" parent="1" source="In8fDh9ZLN2M87an2Miy-68" style="edgeStyle=orthogonalEdgeStyle;rounded=0;orthogonalLoop=1;jettySize=auto;html=1;" target="In8fDh9ZLN2M87an2Miy-118" value="">
          <mxGeometry relative="1" as="geometry" />
        </mxCell>
        <mxCell id="In8fDh9ZLN2M87an2Miy-68" parent="1" style="whiteSpace=wrap;html=1;" value="Polaris&lt;br&gt;/gen/&lt;span style=&quot;white-space: pre-wrap; color: rgb(33, 33, 33); font-family: Inter, system-ui, -apple-system, &amp;quot;system-ui&amp;quot;, &amp;quot;Segoe UI&amp;quot;, Roboto, Oxygen, Ubuntu, Cantarell, &amp;quot;Fira Sans&amp;quot;, &amp;quot;Droid Sans&amp;quot;, Helvetica, Arial, sans-serif; text-align: left; background-color: rgb(255, 255, 255);&quot;&gt;getTmwJournalList&lt;br&gt;query = loan_acnt&lt;/span&gt;" vertex="1">
          <mxGeometry height="120" width="190" x="3780" y="1372.5" as="geometry" />
        </mxCell>
        <mxCell id="In8fDh9ZLN2M87an2Miy-71" edge="1" parent="1" source="In8fDh9ZLN2M87an2Miy-69" style="edgeStyle=orthogonalEdgeStyle;rounded=0;orthogonalLoop=1;jettySize=auto;html=1;entryX=0;entryY=0.5;entryDx=0;entryDy=0;" target="In8fDh9ZLN2M87an2Miy-59">
          <mxGeometry relative="1" as="geometry" />
        </mxCell>
        <mxCell id="In8fDh9ZLN2M87an2Miy-77" connectable="0" parent="In8fDh9ZLN2M87an2Miy-71" style="edgeLabel;html=1;align=center;verticalAlign=middle;resizable=0;points=[];" value="1 - loan_application is new" vertex="1">
          <mxGeometry relative="1" x="0.0312" y="-3" as="geometry">
            <mxPoint as="offset" />
          </mxGeometry>
        </mxCell>
        <mxCell id="In8fDh9ZLN2M87an2Miy-73" edge="1" parent="1" source="In8fDh9ZLN2M87an2Miy-69" style="edgeStyle=orthogonalEdgeStyle;rounded=0;orthogonalLoop=1;jettySize=auto;html=1;entryX=0.5;entryY=0;entryDx=0;entryDy=0;" target="In8fDh9ZLN2M87an2Miy-111" value="">
          <mxGeometry relative="1" as="geometry">
            <mxPoint x="4303.87" y="1960" as="targetPoint" />
          </mxGeometry>
        </mxCell>
        <mxCell id="In8fDh9ZLN2M87an2Miy-74" connectable="0" parent="In8fDh9ZLN2M87an2Miy-73" style="edgeLabel;html=1;align=center;verticalAlign=middle;resizable=0;points=[];" value="0 - loan_application_id found" vertex="1">
          <mxGeometry relative="1" x="-0.1975" as="geometry">
            <mxPoint as="offset" />
          </mxGeometry>
        </mxCell>
        <mxCell id="In8fDh9ZLN2M87an2Miy-69" parent="1" style="rhombus;whiteSpace=wrap;html=1;verticalAlign=middle;" value="&lt;div style=&quot;text-align: center;&quot;&gt;&lt;span style=&quot;background-color: light-dark(rgb(255, 255, 255), rgb(18, 18, 18)); color: light-dark(rgb(33, 33, 33), rgb(209, 209, 209)); font-family: Inter, system-ui, -apple-system, &amp;quot;system-ui&amp;quot;, &amp;quot;Segoe UI&amp;quot;, Roboto, Oxygen, Ubuntu, Cantarell, &amp;quot;Fira Sans&amp;quot;, &amp;quot;Droid Sans&amp;quot;, Helvetica, Arial, sans-serif; text-align: left; white-space: pre-wrap;&quot;&gt;journalList&lt;br&gt;NOT CONTAINS&lt;/span&gt;&lt;/div&gt;&lt;span style=&quot;white-space: pre-wrap; color: rgb(33, 33, 33); font-family: Inter, system-ui, -apple-system, &amp;quot;system-ui&amp;quot;, &amp;quot;Segoe UI&amp;quot;, Roboto, Oxygen, Ubuntu, Cantarell, &amp;quot;Fira Sans&amp;quot;, &amp;quot;Droid Sans&amp;quot;, Helvetica, Arial, sans-serif; text-align: left; background-color: rgb(255, 255, 255);&quot;&gt;loan_application_id&lt;/span&gt;" vertex="1">
          <mxGeometry height="210" width="230" x="4189.5" y="1655" as="geometry" />
        </mxCell>
        <mxCell id="In8fDh9ZLN2M87an2Miy-78" edge="1" parent="1" source="In8fDh9ZLN2M87an2Miy-79" style="edgeStyle=orthogonalEdgeStyle;rounded=0;orthogonalLoop=1;jettySize=auto;html=1;" target="In8fDh9ZLN2M87an2Miy-80" value="">
          <mxGeometry relative="1" as="geometry" />
        </mxCell>
        <mxCell id="In8fDh9ZLN2M87an2Miy-79" parent="1" style="whiteSpace=wrap;html=1;" value="loan_application&lt;br&gt;success" vertex="1">
          <mxGeometry height="60" width="120" x="5616.37" y="1730" as="geometry" />
        </mxCell>
        <mxCell id="In8fDh9ZLN2M87an2Miy-132" edge="1" parent="1" source="In8fDh9ZLN2M87an2Miy-80" style="edgeStyle=orthogonalEdgeStyle;rounded=0;orthogonalLoop=1;jettySize=auto;html=1;" target="In8fDh9ZLN2M87an2Miy-131" value="">
          <mxGeometry relative="1" as="geometry" />
        </mxCell>
        <mxCell id="In8fDh9ZLN2M87an2Miy-80" parent="1" style="whiteSpace=wrap;html=1;" value="release &lt;br&gt;loan_limit.held_amount" vertex="1">
          <mxGeometry height="60" width="215" x="5568.87" y="1830" as="geometry" />
        </mxCell>
        <mxCell id="In8fDh9ZLN2M87an2Miy-95" edge="1" parent="1" source="In8fDh9ZLN2M87an2Miy-82" style="edgeStyle=orthogonalEdgeStyle;rounded=0;orthogonalLoop=1;jettySize=auto;html=1;" target="In8fDh9ZLN2M87an2Miy-94" value="">
          <mxGeometry relative="1" as="geometry" />
        </mxCell>
        <mxCell id="In8fDh9ZLN2M87an2Miy-82" parent="1" style="whiteSpace=wrap;html=1;" value="loan_application&lt;br&gt;next_retry_at = now + 5min" vertex="1">
          <mxGeometry height="60" width="170" x="5283.87" y="1890" as="geometry" />
        </mxCell>
        <mxCell id="In8fDh9ZLN2M87an2Miy-88" parent="1" style="whiteSpace=wrap;html=1;" value="create loan" vertex="1">
          <mxGeometry height="60" width="215" x="5568.87" y="2063.75" as="geometry" />
        </mxCell>
        <mxCell id="In8fDh9ZLN2M87an2Miy-94" parent="1" style="whiteSpace=wrap;html=1;" value="retry_count &amp;gt; 3&lt;br&gt;status = unknown" vertex="1">
          <mxGeometry height="60" width="120" x="5308.87" y="2010" as="geometry" />
        </mxCell>
        <mxCell id="In8fDh9ZLN2M87an2Miy-105" parent="1" style="rounded=0;whiteSpace=wrap;html=1;" value="Scheduler" vertex="1">
          <mxGeometry height="60" width="120" x="3119.5" y="1397.5" as="geometry" />
        </mxCell>
        <mxCell id="In8fDh9ZLN2M87an2Miy-127" edge="1" parent="1" source="In8fDh9ZLN2M87an2Miy-111" style="edgeStyle=orthogonalEdgeStyle;rounded=0;orthogonalLoop=1;jettySize=auto;html=1;" target="In8fDh9ZLN2M87an2Miy-126" value="">
          <mxGeometry relative="1" as="geometry" />
        </mxCell>
        <mxCell id="In8fDh9ZLN2M87an2Miy-135" edge="1" parent="1" source="In8fDh9ZLN2M87an2Miy-111" style="edgeStyle=orthogonalEdgeStyle;rounded=0;orthogonalLoop=1;jettySize=auto;html=1;entryX=0;entryY=0.5;entryDx=0;entryDy=0;" target="In8fDh9ZLN2M87an2Miy-134">
          <mxGeometry relative="1" as="geometry" />
        </mxCell>
        <mxCell id="In8fDh9ZLN2M87an2Miy-111" parent="1" style="rhombus;whiteSpace=wrap;html=1;" value="loan -&amp;gt; casa amount = loan_amount" vertex="1">
          <mxGeometry height="180" width="166.25" x="4219.5" y="2190" as="geometry" />
        </mxCell>
        <mxCell id="In8fDh9ZLN2M87an2Miy-113" parent="1" style="whiteSpace=wrap;html=1;" value="status = approved&lt;br&gt;processed_at = now&lt;br&gt;release held_amount&lt;br&gt;create loan" vertex="1">
          <mxGeometry height="72.5" width="130" x="4918.87" y="2243.75" as="geometry" />
        </mxCell>
        <mxCell id="In8fDh9ZLN2M87an2Miy-122" edge="1" parent="1" source="In8fDh9ZLN2M87an2Miy-118" style="edgeStyle=orthogonalEdgeStyle;rounded=0;orthogonalLoop=1;jettySize=auto;html=1;" target="In8fDh9ZLN2M87an2Miy-121" value="">
          <mxGeometry relative="1" as="geometry" />
        </mxCell>
        <mxCell id="In8fDh9ZLN2M87an2Miy-118" parent="1" style="whiteSpace=wrap;html=1;" value="row lock&lt;br&gt;loan_application" vertex="1">
          <mxGeometry height="60" width="120" x="4069.5" y="1402.5" as="geometry" />
        </mxCell>
        <mxCell id="In8fDh9ZLN2M87an2Miy-124" edge="1" parent="1" source="In8fDh9ZLN2M87an2Miy-121" style="edgeStyle=orthogonalEdgeStyle;rounded=0;orthogonalLoop=1;jettySize=auto;html=1;" target="In8fDh9ZLN2M87an2Miy-123" value="">
          <mxGeometry relative="1" as="geometry" />
        </mxCell>
        <mxCell id="In8fDh9ZLN2M87an2Miy-125" edge="1" parent="1" source="In8fDh9ZLN2M87an2Miy-121" style="edgeStyle=orthogonalEdgeStyle;rounded=0;orthogonalLoop=1;jettySize=auto;html=1;entryX=0.5;entryY=0;entryDx=0;entryDy=0;" target="In8fDh9ZLN2M87an2Miy-69">
          <mxGeometry relative="1" as="geometry" />
        </mxCell>
        <mxCell id="In8fDh9ZLN2M87an2Miy-121" parent="1" style="rhombus;whiteSpace=wrap;html=1;" value="processed_at &lt;br&gt;is not null" vertex="1">
          <mxGeometry height="115" width="110" x="4249.5" y="1375" as="geometry" />
        </mxCell>
        <mxCell id="In8fDh9ZLN2M87an2Miy-123" parent="1" style="whiteSpace=wrap;html=1;" value="skip processing" vertex="1">
          <mxGeometry height="60" width="120" x="4434.5" y="1402.5" as="geometry" />
        </mxCell>
        <mxCell id="In8fDh9ZLN2M87an2Miy-129" edge="1" parent="1" source="In8fDh9ZLN2M87an2Miy-126" style="edgeStyle=orthogonalEdgeStyle;rounded=0;orthogonalLoop=1;jettySize=auto;html=1;" target="In8fDh9ZLN2M87an2Miy-128" value="">
          <mxGeometry relative="1" as="geometry" />
        </mxCell>
        <mxCell id="In8fDh9ZLN2M87an2Miy-126" parent="1" style="whiteSpace=wrap;html=1;" value="loan was not issued fully" vertex="1">
          <mxGeometry height="60" width="120" x="4242.625" y="2462.5" as="geometry" />
        </mxCell>
        <mxCell id="In8fDh9ZLN2M87an2Miy-128" parent="1" style="whiteSpace=wrap;html=1;" value="status = review?" vertex="1">
          <mxGeometry height="60" width="120" x="4242.625" y="2602.5" as="geometry" />
        </mxCell>
        <mxCell id="In8fDh9ZLN2M87an2Miy-130" parent="1" style="rounded=0;whiteSpace=wrap;html=1;fontSize=21;" value="WHERE TO TRIGGER CGW???" vertex="1">
          <mxGeometry height="290" width="450.63" x="5285.74" y="2290" as="geometry" />
        </mxCell>
        <mxCell id="In8fDh9ZLN2M87an2Miy-133" edge="1" parent="1" source="In8fDh9ZLN2M87an2Miy-131" style="edgeStyle=orthogonalEdgeStyle;rounded=0;orthogonalLoop=1;jettySize=auto;html=1;" target="In8fDh9ZLN2M87an2Miy-88" value="">
          <mxGeometry relative="1" as="geometry" />
        </mxCell>
        <mxCell id="In8fDh9ZLN2M87an2Miy-131" parent="1" style="whiteSpace=wrap;html=1;" value="processed_at = now" vertex="1">
          <mxGeometry height="60" width="120" x="5616.37" y="1942.5" as="geometry" />
        </mxCell>
        <mxCell id="In8fDh9ZLN2M87an2Miy-141" edge="1" parent="1" source="In8fDh9ZLN2M87an2Miy-134" style="edgeStyle=orthogonalEdgeStyle;rounded=0;orthogonalLoop=1;jettySize=auto;html=1;entryX=0;entryY=0.5;entryDx=0;entryDy=0;" target="In8fDh9ZLN2M87an2Miy-139">
          <mxGeometry relative="1" as="geometry" />
        </mxCell>
        <mxCell id="In8fDh9ZLN2M87an2Miy-145" edge="1" parent="1" source="In8fDh9ZLN2M87an2Miy-134" style="edgeStyle=orthogonalEdgeStyle;rounded=0;orthogonalLoop=1;jettySize=auto;html=1;" target="In8fDh9ZLN2M87an2Miy-144" value="">
          <mxGeometry relative="1" as="geometry" />
        </mxCell>
        <mxCell id="In8fDh9ZLN2M87an2Miy-134" parent="1" style="rhombus;whiteSpace=wrap;html=1;" value="casa -&amp;gt; domestic (CGW)&lt;br&gt;exists?" vertex="1">
          <mxGeometry height="180" width="190" x="4449.5" y="2190" as="geometry" />
        </mxCell>
        <mxCell id="In8fDh9ZLN2M87an2Miy-142" edge="1" parent="1" source="In8fDh9ZLN2M87an2Miy-139" style="edgeStyle=orthogonalEdgeStyle;rounded=0;orthogonalLoop=1;jettySize=auto;html=1;entryX=0;entryY=0.5;entryDx=0;entryDy=0;" target="In8fDh9ZLN2M87an2Miy-113">
          <mxGeometry relative="1" as="geometry" />
        </mxCell>
        <mxCell id="In8fDh9ZLN2M87an2Miy-139" parent="1" style="rhombus;whiteSpace=wrap;html=1;" value="casa -&amp;gt; domestic amount = loan_amount" vertex="1">
          <mxGeometry height="180" width="172.5" x="4699.5" y="2190" as="geometry" />
        </mxCell>
        <mxCell id="In8fDh9ZLN2M87an2Miy-147" edge="1" parent="1" source="In8fDh9ZLN2M87an2Miy-144" style="edgeStyle=orthogonalEdgeStyle;rounded=0;orthogonalLoop=1;jettySize=auto;html=1;" target="In8fDh9ZLN2M87an2Miy-146" value="">
          <mxGeometry relative="1" as="geometry" />
        </mxCell>
        <mxCell id="In8fDh9ZLN2M87an2Miy-144" parent="1" style="whiteSpace=wrap;html=1;" value="Trigger CGW" vertex="1">
          <mxGeometry height="60" width="120" x="4484.5" y="2482.5" as="geometry" />
        </mxCell>
        <mxCell id="In8fDh9ZLN2M87an2Miy-148" edge="1" parent="1" source="In8fDh9ZLN2M87an2Miy-146" style="edgeStyle=orthogonalEdgeStyle;rounded=0;orthogonalLoop=1;jettySize=auto;html=1;entryX=0.5;entryY=1;entryDx=0;entryDy=0;" target="In8fDh9ZLN2M87an2Miy-113">
          <mxGeometry relative="1" as="geometry" />
        </mxCell>
        <mxCell id="In8fDh9ZLN2M87an2Miy-150" edge="1" parent="1" source="In8fDh9ZLN2M87an2Miy-146" style="edgeStyle=orthogonalEdgeStyle;rounded=0;orthogonalLoop=1;jettySize=auto;html=1;" target="In8fDh9ZLN2M87an2Miy-149" value="">
          <mxGeometry relative="1" as="geometry" />
        </mxCell>
        <mxCell id="In8fDh9ZLN2M87an2Miy-146" parent="1" style="rhombus;whiteSpace=wrap;html=1;" value="200" vertex="1">
          <mxGeometry height="80" width="80" x="4704.5" y="2472.5" as="geometry" />
        </mxCell>
        <mxCell id="In8fDh9ZLN2M87an2Miy-149" parent="1" style="whiteSpace=wrap;html=1;" value="next_retry_at = now + 5min" vertex="1">
          <mxGeometry height="60" width="155" x="4667" y="2622.5" as="geometry" />
        </mxCell>
        <mxCell id="In8fDh9ZLN2M87an2Miy-154" edge="1" parent="1" source="In8fDh9ZLN2M87an2Miy-152" style="edgeStyle=orthogonalEdgeStyle;rounded=0;orthogonalLoop=1;jettySize=auto;html=1;entryX=0;entryY=0.5;entryDx=0;entryDy=0;" target="In8fDh9ZLN2M87an2Miy-153">
          <mxGeometry relative="1" as="geometry" />
        </mxCell>
        <mxCell id="In8fDh9ZLN2M87an2Miy-176" edge="1" parent="1" source="In8fDh9ZLN2M87an2Miy-152" style="edgeStyle=orthogonalEdgeStyle;rounded=0;orthogonalLoop=1;jettySize=auto;html=1;" target="In8fDh9ZLN2M87an2Miy-175" value="">
          <mxGeometry relative="1" as="geometry" />
        </mxCell>
        <mxCell id="In8fDh9ZLN2M87an2Miy-152" parent="1" style="rhombus;whiteSpace=wrap;html=1;" value="Polaris&lt;br&gt;/loan/&lt;span style=&quot;color: rgb(33, 33, 33); font-family: Inter, system-ui, -apple-system, &amp;quot;system-ui&amp;quot;, &amp;quot;Segoe UI&amp;quot;, Roboto, Oxygen, Ubuntu, Cantarell, &amp;quot;Fira Sans&amp;quot;, &amp;quot;Droid Sans&amp;quot;, Helvetica, Arial, sans-serif; text-align: left; white-space: pre-wrap; background-color: rgb(255, 255, 255);&quot;&gt;getAccountDetail&lt;/span&gt;&lt;br&gt;loan_application.amount &amp;lt;= polaris.available_amount" vertex="1">
          <mxGeometry height="190" width="230" x="1802.5" y="1060" as="geometry" />
        </mxCell>
        <mxCell id="In8fDh9ZLN2M87an2Miy-158" edge="1" parent="1" source="In8fDh9ZLN2M87an2Miy-153" style="edgeStyle=orthogonalEdgeStyle;rounded=0;orthogonalLoop=1;jettySize=auto;html=1;entryX=0;entryY=0.5;entryDx=0;entryDy=0;" target="In8fDh9ZLN2M87an2Miy-157">
          <mxGeometry relative="1" as="geometry" />
        </mxCell>
        <mxCell id="In8fDh9ZLN2M87an2Miy-153" parent="1" style="whiteSpace=wrap;html=1;" value="Polaris /loan/&lt;span style=&quot;color: rgb(33, 33, 33); font-family: Inter, system-ui, -apple-system, &amp;quot;system-ui&amp;quot;, &amp;quot;Segoe UI&amp;quot;, Roboto, Oxygen, Ubuntu, Cantarell, &amp;quot;Fira Sans&amp;quot;, &amp;quot;Droid Sans&amp;quot;, Helvetica, Arial, sans-serif; text-align: left; white-space: pre-wrap; background-color: rgb(255, 255, 255);&quot;&gt;grantLoanNonCash&lt;br/&gt;+ CGW trigger&lt;/span&gt;" vertex="1">
          <mxGeometry height="60" width="170" x="2120" y="1125" as="geometry" />
        </mxCell>
        <mxCell id="In8fDh9ZLN2M87an2Miy-177" edge="1" parent="1" source="In8fDh9ZLN2M87an2Miy-157" style="edgeStyle=orthogonalEdgeStyle;rounded=0;orthogonalLoop=1;jettySize=auto;html=1;entryX=0;entryY=0.5;entryDx=0;entryDy=0;" target="In8fDh9ZLN2M87an2Miy-105">
          <mxGeometry relative="1" as="geometry">
            <Array as="points">
              <mxPoint x="2400" y="1427" />
            </Array>
            <mxPoint x="2809.5" y="1427.5" as="targetPoint" />
          </mxGeometry>
        </mxCell>
+         <mxCell id="In8fDh9ZLN2M87an2Miy-192" connectable="0" parent="In8fDh9ZLN2M87an2Miy-177" style="edgeLabel;html=1;align=center;verticalAlign=middle;resizable=0;points=[];" value="return warning?,&lt;br&gt;row is not scheduler&#39;s task&lt;div&gt;&lt;br&gt;&lt;/div&gt;" vertex="1">
+           <mxGeometry relative="1" x="-0.7641" as="geometry">
+             <mxPoint y="1" as="offset" />
+           </mxGeometry>
+         </mxCell>
        <mxCell id="In8fDh9ZLN2M87an2Miy-157" parent="1" style="rhombus;whiteSpace=wrap;html=1;" value="200" vertex="1">
          <mxGeometry height="80" width="80" x="2360" y="1115" as="geometry" />
        </mxCell>
        <mxCell id="In8fDh9ZLN2M87an2Miy-164" edge="1" parent="1" source="In8fDh9ZLN2M87an2Miy-161" style="edgeStyle=orthogonalEdgeStyle;rounded=0;orthogonalLoop=1;jettySize=auto;html=1;" target="In8fDh9ZLN2M87an2Miy-162" value="">
          <mxGeometry relative="1" as="geometry" />
        </mxCell>
        <mxCell id="In8fDh9ZLN2M87an2Miy-161" parent="1" style="rounded=0;whiteSpace=wrap;html=1;" value="loan account row lock" vertex="1">
          <mxGeometry height="60" width="145" x="895" y="1125" as="geometry" />
        </mxCell>
        <mxCell id="In8fDh9ZLN2M87an2Miy-165" edge="1" parent="1" source="In8fDh9ZLN2M87an2Miy-162" style="edgeStyle=orthogonalEdgeStyle;rounded=0;orthogonalLoop=1;jettySize=auto;html=1;" target="In8fDh9ZLN2M87an2Miy-12">
          <mxGeometry relative="1" as="geometry" />
        </mxCell>
        <mxCell id="In8fDh9ZLN2M87an2Miy-162" parent="1" style="rounded=0;whiteSpace=wrap;html=1;" value="&lt;span style=&quot;font-weight: 700; text-align: left;&quot;&gt;ROWLOCK - loan_limits.held_amount += amount&lt;/span&gt;" vertex="1">
          <mxGeometry height="60" width="215" x="1120" y="1125" as="geometry" />
        </mxCell>
        <mxCell id="In8fDh9ZLN2M87an2Miy-184" edge="1" parent="1" source="In8fDh9ZLN2M87an2Miy-166" style="edgeStyle=orthogonalEdgeStyle;rounded=0;orthogonalLoop=1;jettySize=auto;html=1;" target="In8fDh9ZLN2M87an2Miy-183" value="">
          <mxGeometry relative="1" as="geometry" />
        </mxCell>
        <mxCell id="In8fDh9ZLN2M87an2Miy-166" parent="1" style="swimlane;fontStyle=0;childLayout=stackLayout;horizontal=1;startSize=30;horizontalStack=0;resizeParent=1;resizeParentMax=0;resizeLast=0;collapsible=1;marginBottom=0;whiteSpace=wrap;html=1;" value="Loan issued" vertex="1">
          <mxGeometry height="150" width="210" x="2590" y="1130" as="geometry" />
        </mxCell>
        <mxCell id="In8fDh9ZLN2M87an2Miy-167" parent="In8fDh9ZLN2M87an2Miy-166" style="text;strokeColor=none;fillColor=none;align=left;verticalAlign=middle;spacingLeft=4;spacingRight=4;overflow=hidden;points=[[0,0.5],[1,0.5]];portConstraint=eastwest;rotatable=0;whiteSpace=wrap;html=1;" value="loan_application = approved" vertex="1">
          <mxGeometry height="30" width="210" y="30" as="geometry" />
        </mxCell>
        <mxCell id="In8fDh9ZLN2M87an2Miy-168" parent="In8fDh9ZLN2M87an2Miy-166" style="text;strokeColor=none;fillColor=none;align=left;verticalAlign=middle;spacingLeft=4;spacingRight=4;overflow=hidden;points=[[0,0.5],[1,0.5]];portConstraint=eastwest;rotatable=0;whiteSpace=wrap;html=1;" value="create loan" vertex="1">
          <mxGeometry height="30" width="210" y="60" as="geometry" />
        </mxCell>
        <mxCell id="In8fDh9ZLN2M87an2Miy-169" parent="In8fDh9ZLN2M87an2Miy-166" style="text;strokeColor=none;fillColor=none;align=left;verticalAlign=middle;spacingLeft=4;spacingRight=4;overflow=hidden;points=[[0,0.5],[1,0.5]];portConstraint=eastwest;rotatable=0;whiteSpace=wrap;html=1;" value="release lock" vertex="1">
          <mxGeometry height="30" width="210" y="90" as="geometry" />
        </mxCell>
        <mxCell id="In8fDh9ZLN2M87an2Miy-191" parent="In8fDh9ZLN2M87an2Miy-166" style="text;strokeColor=none;fillColor=none;align=left;verticalAlign=middle;spacingLeft=4;spacingRight=4;overflow=hidden;points=[[0,0.5],[1,0.5]];portConstraint=eastwest;rotatable=0;whiteSpace=wrap;html=1;" value="processed_at = now" vertex="1">
          <mxGeometry height="30" width="210" y="120" as="geometry" />
        </mxCell>
        <mxCell id="In8fDh9ZLN2M87an2Miy-170" edge="1" parent="1" source="In8fDh9ZLN2M87an2Miy-157" style="edgeStyle=orthogonalEdgeStyle;rounded=0;orthogonalLoop=1;jettySize=auto;html=1;entryX=0.003;entryY=0.156;entryDx=0;entryDy=0;entryPerimeter=0;" target="In8fDh9ZLN2M87an2Miy-166">
          <mxGeometry relative="1" as="geometry" />
        </mxCell>
        <mxCell id="In8fDh9ZLN2M87an2Miy-174" parent="1" style="text;html=1;whiteSpace=wrap;strokeColor=none;fillColor=none;align=center;verticalAlign=middle;rounded=0;" value="&lt;div style=&quot;background-color:#ffffff;color:#080808&quot;&gt;&lt;pre style=&quot;font-family:&#39;JetBrains Mono&#39;,monospace;font-size:9.8pt;&quot;&gt;&lt;span style=&quot;color:#9e880d;&quot;&gt;@Transactional&lt;/span&gt;(propagation = &lt;span style=&quot;color:#000000;&quot;&gt;Propagation&lt;/span&gt;.&lt;span style=&quot;color:#871094;font-style:italic;&quot;&gt;REQUIRES_NEW&lt;/span&gt;)&lt;/pre&gt;&lt;/div&gt;" vertex="1">
          <mxGeometry height="30" width="240" x="1200" y="1010" as="geometry" />
        </mxCell>
        <mxCell id="In8fDh9ZLN2M87an2Miy-175" parent="1" style="whiteSpace=wrap;html=1;" value="Rollback, return error" vertex="1">
          <mxGeometry height="60" width="132.5" x="1851.25" y="1295" as="geometry" />
        </mxCell>
        <mxCell id="In8fDh9ZLN2M87an2Miy-186" edge="1" parent="1" source="In8fDh9ZLN2M87an2Miy-183" style="edgeStyle=orthogonalEdgeStyle;rounded=0;orthogonalLoop=1;jettySize=auto;html=1;" target="In8fDh9ZLN2M87an2Miy-185" value="">
          <mxGeometry relative="1" as="geometry" />
        </mxCell>
        <mxCell id="In8fDh9ZLN2M87an2Miy-187" edge="1" parent="1" source="In8fDh9ZLN2M87an2Miy-183" style="edgeStyle=orthogonalEdgeStyle;rounded=0;orthogonalLoop=1;jettySize=auto;html=1;" target="In8fDh9ZLN2M87an2Miy-105">
          <mxGeometry relative="1" as="geometry">
            <Array as="points">
              <mxPoint x="2995" y="1427" />
            </Array>
          </mxGeometry>
        </mxCell>
        <mxCell id="In8fDh9ZLN2M87an2Miy-183" parent="1" style="rhombus;whiteSpace=wrap;html=1;fontStyle=0;startSize=30;horizontal=1;" value="db transaction success?" vertex="1">
          <mxGeometry height="135" width="130" x="2930" y="1122.5" as="geometry" />
        </mxCell>
        <mxCell id="In8fDh9ZLN2M87an2Miy-185" parent="1" style="whiteSpace=wrap;html=1;fontStyle=0;startSize=30;horizontal=1;" value="return success to client" vertex="1">
          <mxGeometry height="60" width="120" x="3145" y="1160" as="geometry" />
        </mxCell>
        <mxCell id="In8fDh9ZLN2M87an2Miy-189" parent="1" style="text;html=1;whiteSpace=wrap;strokeColor=none;fillColor=none;align=center;verticalAlign=middle;rounded=0;fontSize=26;" value="&lt;div style=&quot;background-color:#ffffff;color:#080808&quot;&gt;&lt;pre style=&quot;font-family: &amp;quot;JetBrains Mono&amp;quot;, monospace;&quot;&gt;&lt;span style=&quot;color:#9e880d;&quot;&gt;@Transactional&lt;/span&gt;(propagation = &lt;span style=&quot;color:#000000;&quot;&gt;Propagation&lt;/span&gt;.&lt;span style=&quot;color:#871094;font-style:italic;&quot;&gt;REQUIRES_NEW&lt;/span&gt;)&lt;/pre&gt;&lt;/div&gt;" vertex="1">
          <mxGeometry height="30" width="240" x="4918.87" y="1265" as="geometry" />
        </mxCell>
      </root>
    </mxGraphModel>
  </diagram>
</mxfile>
